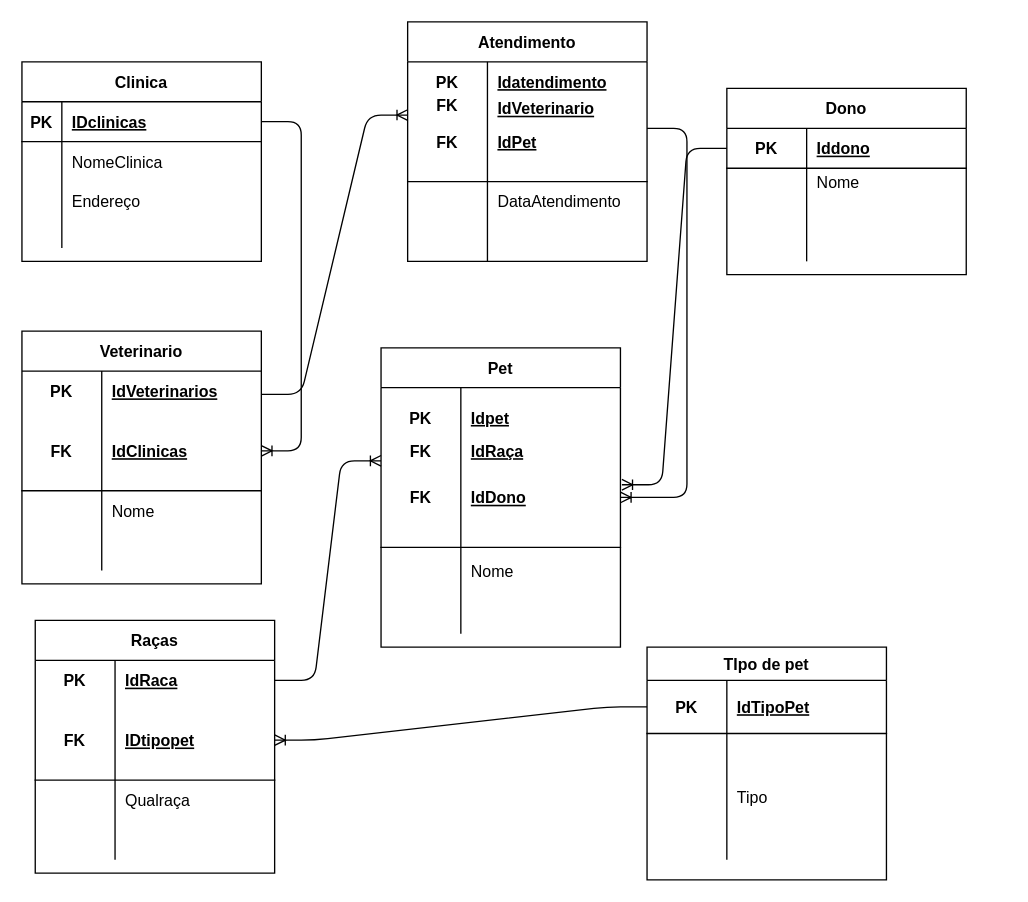
Before: page "Logico" (2 of 2) of 1.3-exercicio-pclinics/1.3-exercicio-pclinics.drawio(logico).drawio in Quatrochifh/senai_sprint1_bd, a draw.io diagram. Source tidied: cells renumbered, new cells numbered last; positions are measured from the earlier drawing's top-left corner, leaving out a move shared by most shapes. Both pictures are drawn from the tidied source at 133%, with x=0, y=0 at pixel (21, 21).
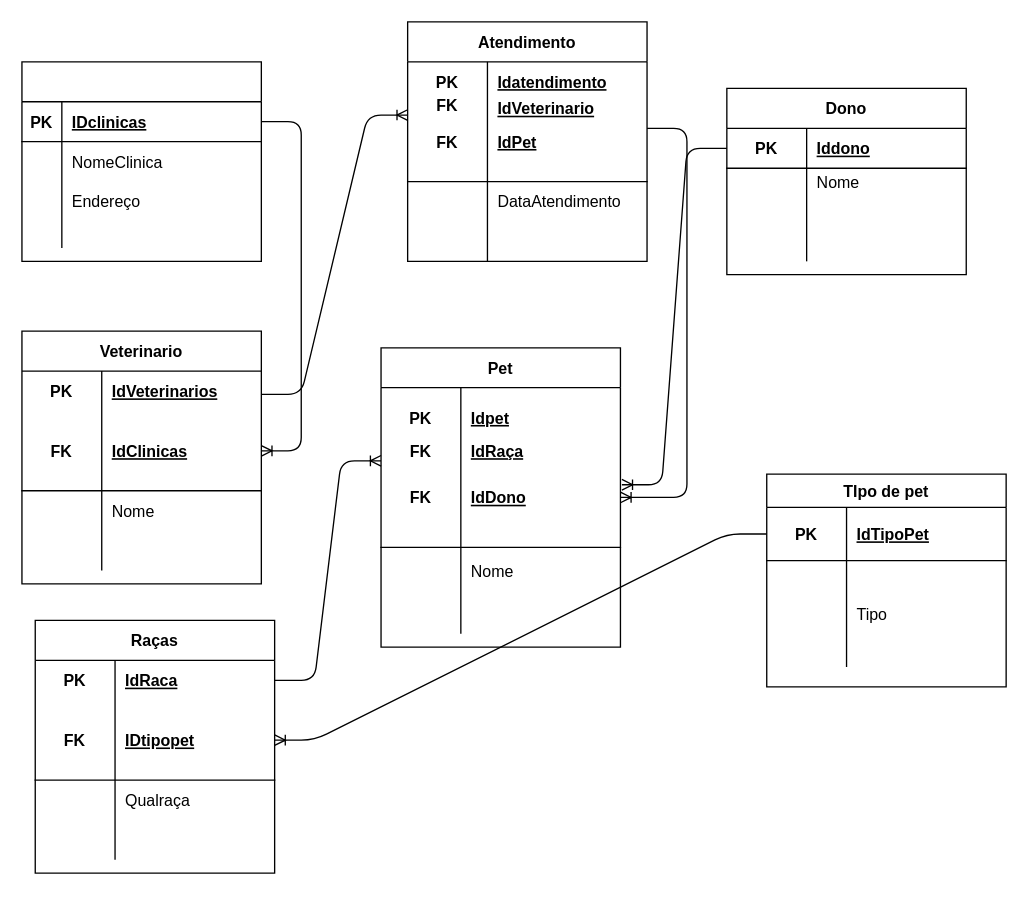
Above is the later version.

Change to the diagram source:
```diff
@@
-    <mxCell id="2" value="Clinica" style="shape=table;startSize=30;childLayout=tableLayout;rowLines=0;fontStyle=1;align=center;" parent="1" vertex="1">
+    <mxCell id="2" style="shape=table;startSize=30;childLayout=tableLayout;rowLines=0;fontStyle=1;align=center;" parent="1" vertex="1">
       <mxGeometry y="30" width="180" height="150" as="geometry" />
     </mxCell>
@@
     <mxCell id="44" value="TIpo de pet" style="shape=table;startSize=25;childLayout=tableLayout;rowLines=0;fontStyle=1;align=center;" parent="1" vertex="1">
-      <mxGeometry x="470" y="470" width="180" height="175" as="geometry" />
+      <mxGeometry x="560" y="340" width="180" height="160" as="geometry" />
     </mxCell>
@@
     <mxCell id="51" style="shape=partialRectangle;fillColor=none;top=0;left=0;bottom=0;right=0;" parent="44" vertex="1">
-      <mxGeometry y="95" width="180" height="35" as="geometry" />
+      <mxGeometry y="95" width="180" height="20" as="geometry" />
     </mxCell>
     <mxCell id="52" style="shape=partialRectangle;fillColor=none;top=0;left=0;bottom=0;right=0;overflow=hidden;" parent="51" vertex="1">
-      <mxGeometry width="60" height="35" as="geometry" />
+      <mxGeometry width="60" height="20" as="geometry" />
     </mxCell>
     <mxCell id="53" value="Tipo" style="shape=partialRectangle;fillColor=none;top=0;left=0;bottom=0;right=0;align=left;spacingLeft=6;overflow=hidden;" parent="51" vertex="1">
-      <mxGeometry x="60" width="120" height="35" as="geometry" />
+      <mxGeometry x="60" width="120" height="20" as="geometry" />
     </mxCell>
     <mxCell id="54" style="shape=partialRectangle;fillColor=none;top=0;left=0;bottom=0;right=0;" parent="44" vertex="1">
-      <mxGeometry y="130" width="180" height="30" as="geometry" />
+      <mxGeometry y="115" width="180" height="30" as="geometry" />
     </mxCell>
@@
     <mxCell id="100" style="shape=partialRectangle;fillColor=none;top=0;left=0;bottom=0;right=0;fontStyle=1;overflow=hidden;" parent="1" vertex="1">
-      <mxGeometry x="490" y="482.5" width="60" height="55" as="geometry" />
+      <mxGeometry x="500" y="470" width="60" height="55" as="geometry" />
     </mxCell>
```
